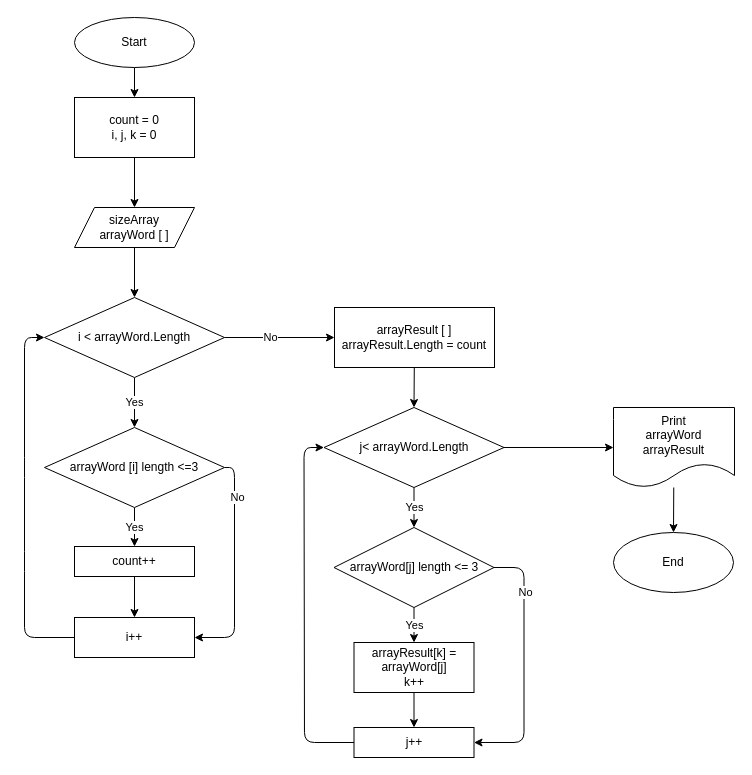
sq31/ControlTask keeps this draw.io diagram as scheme.drawio. Above is the earlier version. Source tidied: cells renumbered, new cells numbered last; positions are measured from the earlier drawing's top-left corner, leaving out a move shared by most shapes. Both pictures are drawn from the tidied source at 100%, with x=0, y=0 at pixel (24, 17).
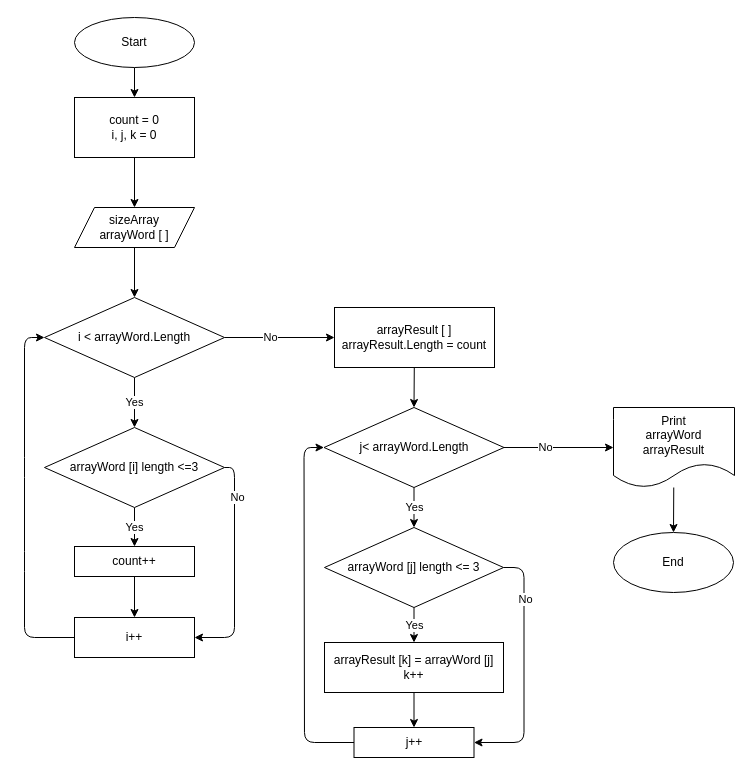
The same page after the edit.

Commit message:
корректировка блок-схемы

Unchanged cells that the change refers to:
```xml
<mxCell id="25" style="edgeStyle=none;html=1;strokeColor=default;" parent="1" edge="1" source="26" target="34">
  <mxGeometry relative="1" as="geometry" />
</mxCell>
```

The edit, as a diff of the source:
```diff
@@
-    <mxCell id="24" value="arrayWord[j] length &amp;lt;= 3" style="rhombus;whiteSpace=wrap;html=1;" parent="1" vertex="1">
-      <mxGeometry x="309.5" y="510" width="160" height="80" as="geometry" />
+    <mxCell id="24" value="arrayWord [j] length &amp;lt;= 3" style="rhombus;whiteSpace=wrap;html=1;" parent="1" vertex="1">
+      <mxGeometry x="300" y="510" width="179" height="80" as="geometry" />
     </mxCell>
@@
+    <mxCell id="36" value="No" style="edgeLabel;html=1;align=center;verticalAlign=middle;" parent="25" vertex="1">
+      <mxGeometry x="-0.25" y="1" relative="1" as="geometry" />
+    </mxCell>
@@
-    <mxCell id="27" value="arrayResult[k] = arrayWord[j]&lt;br&gt;k++" style="whiteSpace=wrap;html=1;" parent="1" vertex="1">
-      <mxGeometry x="329.5" y="625" width="120" height="50" as="geometry" />
+    <mxCell id="27" value="arrayResult [k] = arrayWord [j]&lt;br&gt;k++" style="whiteSpace=wrap;html=1;" parent="1" vertex="1">
+      <mxGeometry x="300" y="625" width="179" height="50" as="geometry" />
     </mxCell>
```
